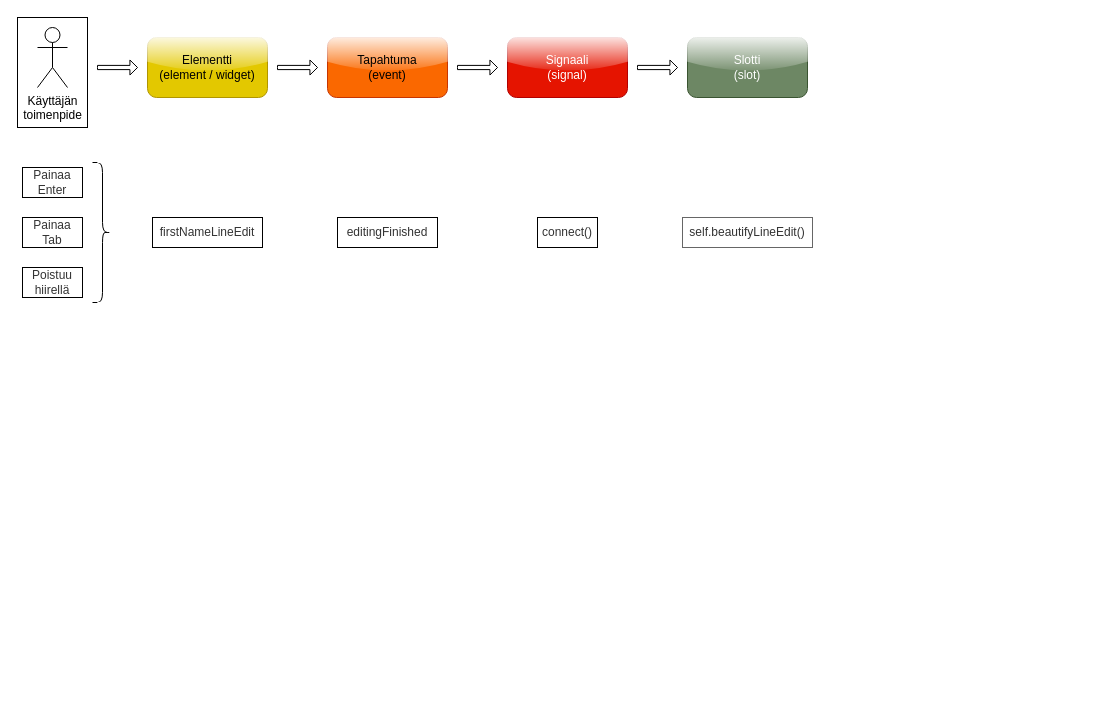
Earlier version of the draw.io diagram Docs/Pictures/SignalSlot.drawio (Roo-M/PythonYmparisto). Source tidied: cells renumbered, new cells numbered last; positions are measured from the earlier drawing's top-left corner, leaving out a move shared by most shapes. Both pictures are drawn from the tidied source at 100%, with x=0, y=0 at pixel (17, 17).
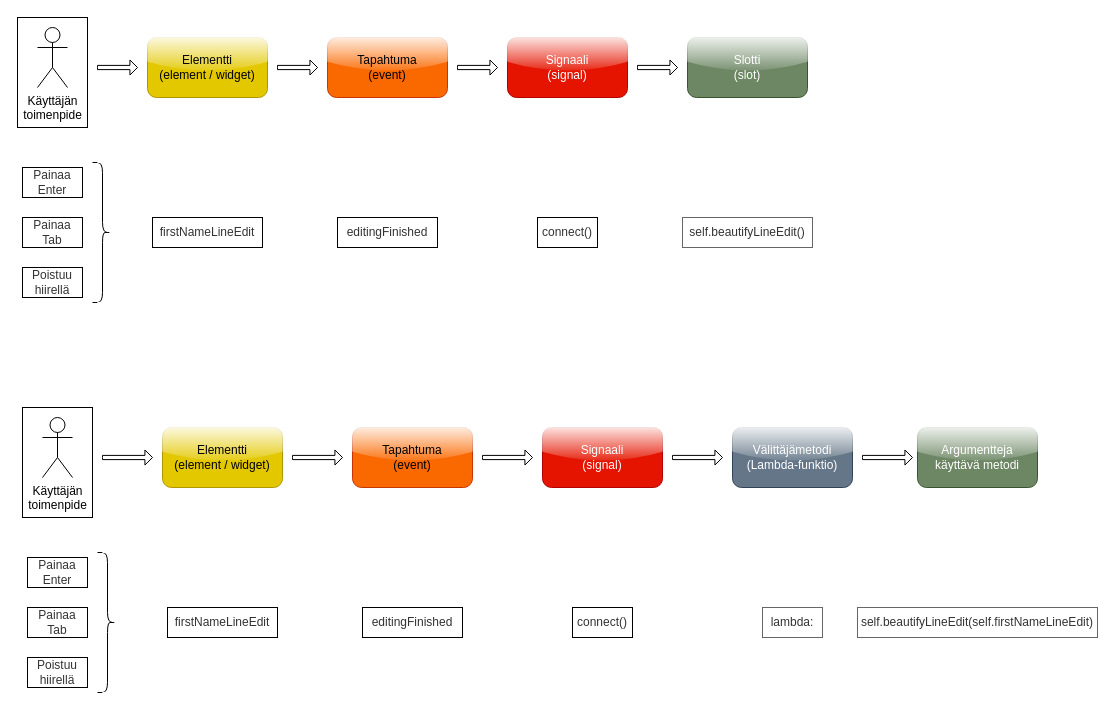
After the change.

Commit message (it also covers changes not shown here):
Lisätty lambda esimerkki kuva

The edit, as a diff of the source:
```diff
@@
+    <mxCell id="21" value="Elementti&lt;div&gt;(element / widget)&lt;/div&gt;" style="rounded=1;whiteSpace=wrap;html=1;fillColor=#e3c800;strokeColor=#B09500;fontColor=#000000;gradientColor=none;gradientDirection=north;glass=1;" parent="1" vertex="1">
+      <mxGeometry x="145" y="410" width="120" height="60" as="geometry" />
+    </mxCell>
+    <mxCell id="22" value="Tapahtuma&lt;div&gt;(event)&lt;/div&gt;" style="rounded=1;whiteSpace=wrap;html=1;fillColor=#fa6800;strokeColor=#C73500;fontColor=#000000;gradientDirection=north;gradientColor=none;glass=1;" parent="1" vertex="1">
+      <mxGeometry x="335" y="410" width="120" height="60" as="geometry" />
+    </mxCell>
+    <mxCell id="23" value="Signaali&lt;div&gt;(signal)&lt;/div&gt;" style="rounded=1;whiteSpace=wrap;html=1;fillColor=#e51400;strokeColor=#B20000;fontColor=#ffffff;gradientDirection=north;glass=1;" parent="1" vertex="1">
+      <mxGeometry x="525" y="410" width="120" height="60" as="geometry" />
+    </mxCell>
+    <mxCell id="24" value="Välittäjämetodi&lt;div&gt;(Lambda-funktio)&lt;/div&gt;" style="rounded=1;whiteSpace=wrap;html=1;fillColor=#647687;strokeColor=#314354;gradientDirection=north;glass=1;fontColor=#ffffff;" parent="1" vertex="1">
+      <mxGeometry x="715" y="410" width="120" height="60" as="geometry" />
+    </mxCell>
+    <mxCell id="25" value="Painaa&lt;div&gt;Enter&lt;/div&gt;" style="text;html=1;align=center;verticalAlign=middle;whiteSpace=wrap;rounded=0;fillColor=#FFFFFF;fontColor=#333333;strokeColor=#000000;" parent="1" vertex="1">
+      <mxGeometry x="10" y="540" width="60" height="30" as="geometry" />
+    </mxCell>
+    <mxCell id="26" value="firstNameLineEdit" style="text;html=1;align=center;verticalAlign=middle;whiteSpace=wrap;rounded=0;fillColor=#FFFFFF;fontColor=#333333;strokeColor=#000000;" parent="1" vertex="1">
+      <mxGeometry x="150" y="590" width="110" height="30" as="geometry" />
+    </mxCell>
+    <mxCell id="27" value="Painaa&lt;div&gt;Tab&lt;/div&gt;" style="text;html=1;align=center;verticalAlign=middle;whiteSpace=wrap;rounded=0;fillColor=#FFFFFF;fontColor=#333333;strokeColor=#000000;" parent="1" vertex="1">
+      <mxGeometry x="10" y="590" width="60" height="30" as="geometry" />
+    </mxCell>
+    <mxCell id="28" value="editingFinished" style="text;html=1;align=center;verticalAlign=middle;whiteSpace=wrap;rounded=0;fillColor=#FFFFFF;fontColor=#333333;strokeColor=#000000;" parent="1" vertex="1">
+      <mxGeometry x="345" y="590" width="100" height="30" as="geometry" />
+    </mxCell>
+    <mxCell id="29" value="Poistuu&lt;div&gt;hiirellä&lt;/div&gt;" style="text;html=1;align=center;verticalAlign=middle;whiteSpace=wrap;rounded=0;fillColor=#FFFFFF;fontColor=#333333;strokeColor=#000000;" parent="1" vertex="1">
+      <mxGeometry x="10" y="640" width="60" height="30" as="geometry" />
+    </mxCell>
+    <mxCell id="30" value="connect()" style="text;html=1;align=center;verticalAlign=middle;whiteSpace=wrap;rounded=0;fillColor=#FFFFFF;fontColor=#333333;strokeColor=#000000;" parent="1" vertex="1">
+      <mxGeometry x="555" y="590" width="60" height="30" as="geometry" />
+    </mxCell>
+    <mxCell id="31" value="lambda:" style="text;html=1;align=center;verticalAlign=middle;whiteSpace=wrap;rounded=0;fillColor=#FFFFFF;fontColor=#333333;strokeColor=#666666;" parent="1" vertex="1">
+      <mxGeometry x="745" y="590" width="60" height="30" as="geometry" />
+    </mxCell>
+    <mxCell id="32" style="rounded=0;whiteSpace=wrap;html=1;direction=south;" parent="1" vertex="1">
+      <mxGeometry x="5" y="390" width="70" height="110" as="geometry" />
+    </mxCell>
+    <mxCell id="33" style="shape=curlyBracket;whiteSpace=wrap;html=1;rounded=1;flipH=1;labelPosition=right;verticalLabelPosition=middle;align=left;verticalAlign=middle;fillColor=#D9D9D9;fontColor=#333333;strokeColor=default;shadow=0;perimeterSpacing=0;" parent="1" vertex="1">
+      <mxGeometry x="80" y="535" width="20" height="140" as="geometry" />
+    </mxCell>
+    <mxCell id="34" value="&lt;span style=&quot;background-color: light-dark(#ffffff, var(--ge-dark-color, #121212));&quot;&gt;Käyttäjän&lt;/span&gt;&lt;div&gt;&lt;span style=&quot;background-color: light-dark(#ffffff, var(--ge-dark-color, #121212));&quot;&gt;toimenpide&lt;/span&gt;&lt;/div&gt;" style="shape=umlActor;verticalLabelPosition=bottom;verticalAlign=top;html=1;" parent="1" vertex="1">
+      <mxGeometry x="25" y="400" width="30" height="60" as="geometry" />
+    </mxCell>
+    <mxCell id="35" style="shape=curlyBracket;whiteSpace=wrap;html=1;rounded=1;flipH=1;labelPosition=right;verticalLabelPosition=middle;align=left;verticalAlign=middle;fillColor=#D9D9D9;fontColor=#333333;strokeColor=#FFFFFF;shadow=0;perimeterSpacing=0;" parent="1" vertex="1">
+      <mxGeometry x="85" y="535" width="20" height="140" as="geometry" />
+    </mxCell>
+    <mxCell id="36" style="html=1;shadow=0;dashed=0;align=center;verticalAlign=middle;shape=mxgraph.arrows2.arrow;dy=0.72;dx=7.57;notch=0;" parent="1" vertex="1">
+      <mxGeometry x="275" y="432.5" width="50" height="15" as="geometry" />
+    </mxCell>
+    <mxCell id="37" style="html=1;shadow=0;dashed=0;align=center;verticalAlign=middle;shape=mxgraph.arrows2.arrow;dy=0.72;dx=7.57;notch=0;" parent="1" vertex="1">
+      <mxGeometry x="465" y="432.5" width="50" height="15" as="geometry" />
+    </mxCell>
+    <mxCell id="38" style="html=1;shadow=0;dashed=0;align=center;verticalAlign=middle;shape=mxgraph.arrows2.arrow;dy=0.72;dx=7.57;notch=0;" parent="1" vertex="1">
+      <mxGeometry x="655" y="432.5" width="50" height="15" as="geometry" />
+    </mxCell>
+    <mxCell id="39" style="html=1;shadow=0;dashed=0;align=center;verticalAlign=middle;shape=mxgraph.arrows2.arrow;dy=0.72;dx=7.57;notch=0;" parent="1" vertex="1">
+      <mxGeometry x="85" y="432.5" width="50" height="15" as="geometry" />
+    </mxCell>
+    <mxCell id="40" value="Argumentteja käyttävä metodi" style="rounded=1;whiteSpace=wrap;html=1;fillColor=#6d8764;strokeColor=#3A5431;fontColor=#ffffff;gradientDirection=north;glass=1;" parent="1" vertex="1">
+      <mxGeometry x="900" y="410" width="120" height="60" as="geometry" />
+    </mxCell>
+    <mxCell id="41" style="html=1;shadow=0;dashed=0;align=center;verticalAlign=middle;shape=mxgraph.arrows2.arrow;dy=0.72;dx=7.57;notch=0;" parent="1" vertex="1">
+      <mxGeometry x="845" y="432.5" width="50" height="15" as="geometry" />
+    </mxCell>
+    <mxCell id="42" value="self.beautifyLineEdit(self.firstNameLineEdit)" style="text;html=1;align=center;verticalAlign=middle;whiteSpace=wrap;rounded=0;fillColor=#FFFFFF;fontColor=#333333;strokeColor=#666666;" parent="1" vertex="1">
+      <mxGeometry x="840" y="590" width="240" height="30" as="geometry" />
+    </mxCell>
```
